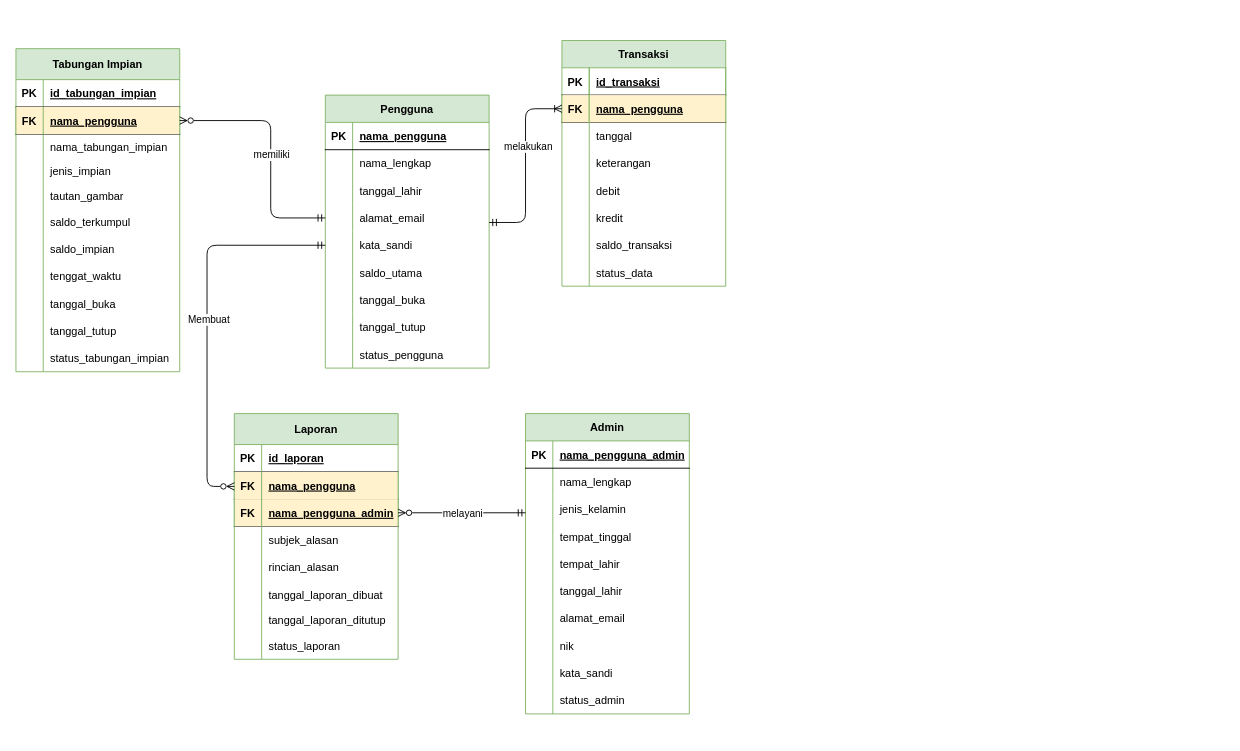
ammarsufyan/Darimu keeps this draw.io diagram as Database/ERD_Darimu.drawio. Above is the earlier version. Source tidied: cells renumbered, new cells numbered last; positions are measured from the earlier drawing's top-left corner, leaving out a move shared by most shapes. Both pictures are drawn from the tidied source at 91%, with x=0, y=0 at pixel (15, 40).
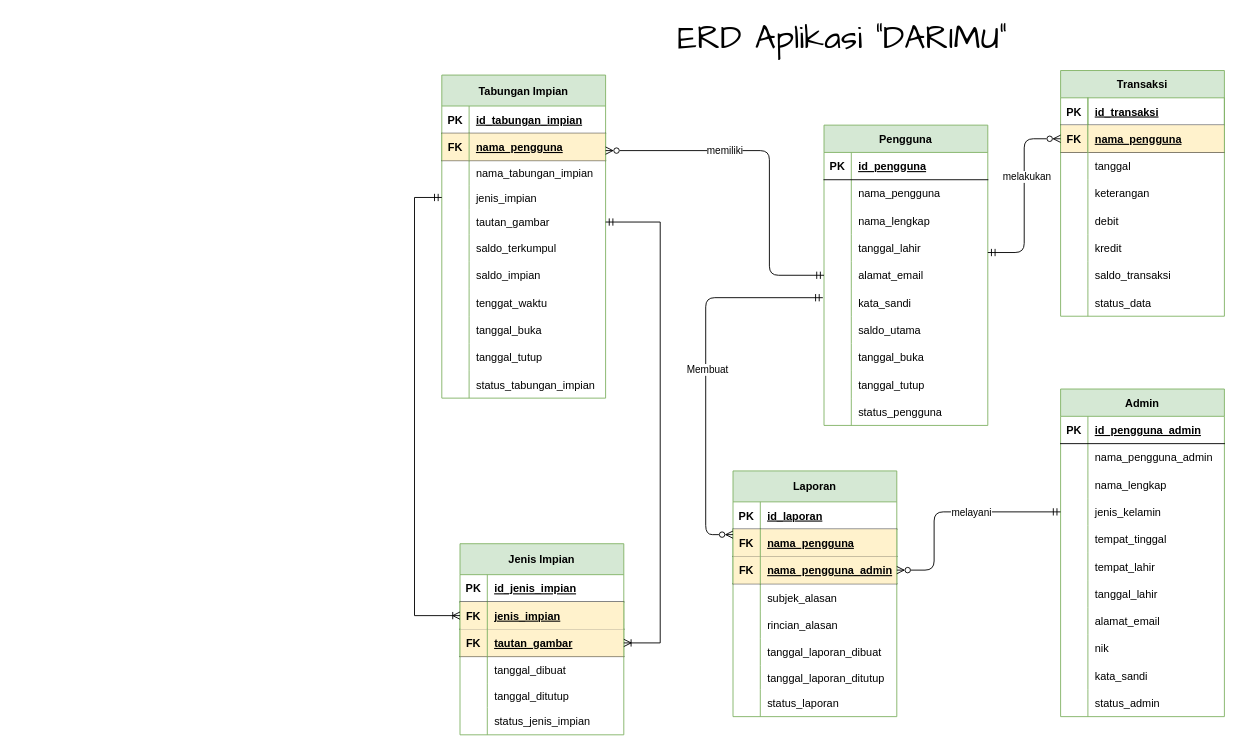
The same page after the edit.

Commit message (it also covers changes not shown here):
update class,sql,erd

The change refers to these unchanged cells:
```xml
<mxCell id="3" style="shape=partialRectangle;fillColor=none;top=0;left=0;bottom=1;right=0;" parent="2" vertex="1">
  <mxGeometry y="30" width="180" height="30" as="geometry" />
</mxCell>
<mxCell id="34" style="shape=partialRectangle;fillColor=none;top=0;left=0;bottom=1;right=0;points=[[0,0.5],[1,0.5]];portConstraint=eastwest;" parent="30" vertex="1">
  <mxGeometry y="60" width="180" height="30" as="geometry" />
</mxCell>
<mxCell id="59" style="shape=partialRectangle;fillColor=none;top=0;left=0;bottom=1;right=0;points=[[0,0.5],[1,0.5]];portConstraint=eastwest;" parent="55" vertex="1">
  <mxGeometry y="64" width="180" height="30" as="geometry" />
</mxCell>
<mxCell id="65" style="shape=partialRectangle;fillColor=none;top=0;left=0;bottom=0;right=0;points=[[0,0.5],[1,0.5]];portConstraint=eastwest;" parent="55" vertex="1">
  <mxGeometry y="121" width="180" height="27" as="geometry" />
</mxCell>
<mxCell id="68" style="shape=partialRectangle;fillColor=none;top=0;left=0;bottom=0;right=0;points=[[0,0.5],[1,0.5]];portConstraint=eastwest;" parent="55" vertex="1">
  <mxGeometry y="148" width="180" height="27" as="geometry" />
</mxCell>
<mxCell id="93" style="shape=partialRectangle;fillColor=none;top=0;left=0;bottom=1;right=0;points=[[0,0.5],[1,0.5]];portConstraint=eastwest;" parent="89" vertex="1">
  <mxGeometry y="64" width="180" height="30" as="geometry" />
</mxCell>
<mxCell id="96" style="shape=partialRectangle;fillColor=none;top=0;left=0;bottom=1;right=0;points=[[0,0.5],[1,0.5]];portConstraint=eastwest;" parent="89" vertex="1">
  <mxGeometry y="94" width="180" height="30" as="geometry" />
</mxCell>
<mxCell id="115" style="shape=partialRectangle;fillColor=none;top=0;left=0;bottom=1;right=0;" parent="114" vertex="1">
  <mxGeometry y="30" width="180" height="30" as="geometry" />
</mxCell>
```

The edit, as a diff of the source:
```diff
@@
     <mxCell id="2" value="Pengguna" style="shape=table;startSize=30;childLayout=tableLayout;rowLines=0;fontStyle=1;align=center;fillColor=#d5e8d4;strokeColor=#82b366;" parent="1" vertex="1">
-      <mxGeometry x="340" y="60" width="180" height="300" as="geometry" />
+      <mxGeometry x="888" y="93" width="180" height="330" as="geometry" />
     </mxCell>
@@
-    <mxCell id="5" value="nama_pengguna" style="shape=partialRectangle;fillColor=none;top=0;left=0;bottom=0;right=0;align=left;spacingLeft=6;fontStyle=5;overflow=hidden;" parent="3" vertex="1">
+    <mxCell id="5" value="id_pengguna" style="shape=partialRectangle;fillColor=none;top=0;left=0;bottom=0;right=0;align=left;spacingLeft=6;fontStyle=5;overflow=hidden;" parent="3" vertex="1">
       <mxGeometry x="30" width="150" height="30" as="geometry" />
     </mxCell>
+    <mxCell id="153" style="shape=partialRectangle;fillColor=none;top=0;left=0;bottom=0;right=0;" parent="2" vertex="1">
+      <mxGeometry y="60" width="180" height="30" as="geometry" />
+    </mxCell>
+    <mxCell id="154" style="shape=partialRectangle;fillColor=none;top=0;left=0;bottom=0;right=0;overflow=hidden;" parent="153" vertex="1">
+      <mxGeometry width="30" height="30" as="geometry" />
+    </mxCell>
+    <mxCell id="155" value="nama_pengguna" style="shape=partialRectangle;fillColor=none;top=0;left=0;bottom=0;right=0;align=left;spacingLeft=6;overflow=hidden;" parent="153" vertex="1">
+      <mxGeometry x="30" width="150" height="30" as="geometry" />
+    </mxCell>
     <mxCell id="6" style="shape=partialRectangle;fillColor=none;top=0;left=0;bottom=0;right=0;" parent="2" vertex="1">
-      <mxGeometry y="60" width="180" height="30" as="geometry" />
+      <mxGeometry y="90" width="180" height="30" as="geometry" />
     </mxCell>
@@
     <mxCell id="9" style="shape=partialRectangle;fillColor=none;top=0;left=0;bottom=0;right=0;" parent="2" vertex="1">
-      <mxGeometry y="90" width="180" height="30" as="geometry" />
+      <mxGeometry y="120" width="180" height="30" as="geometry" />
     </mxCell>
@@
     <mxCell id="12" style="shape=partialRectangle;fillColor=none;top=0;left=0;bottom=0;right=0;points=[[0,0.5],[1,0.5]];portConstraint=eastwest;" parent="2" vertex="1">
-      <mxGeometry y="120" width="180" height="30" as="geometry" />
+      <mxGeometry y="150" width="180" height="30" as="geometry" />
     </mxCell>
@@
     <mxCell id="15" style="shape=partialRectangle;fillColor=none;top=0;left=0;bottom=0;right=0;points=[[0,0.5],[1,0.5]];portConstraint=eastwest;" parent="2" vertex="1">
-      <mxGeometry y="150" width="180" height="30" as="geometry" />
+      <mxGeometry y="180" width="180" height="30" as="geometry" />
     </mxCell>
@@
     <mxCell id="18" style="shape=partialRectangle;fillColor=none;top=0;left=0;bottom=0;right=0;" parent="2" vertex="1">
-      <mxGeometry y="180" width="180" height="30" as="geometry" />
+      <mxGeometry y="210" width="180" height="30" as="geometry" />
     </mxCell>
@@
     <mxCell id="21" style="shape=partialRectangle;fillColor=none;top=0;left=0;bottom=0;right=0;" parent="2" vertex="1">
-      <mxGeometry y="210" width="180" height="30" as="geometry" />
+      <mxGeometry y="240" width="180" height="30" as="geometry" />
     </mxCell>
@@
     <mxCell id="24" style="shape=partialRectangle;fillColor=none;top=0;left=0;bottom=0;right=0;" parent="2" vertex="1">
-      <mxGeometry y="240" width="180" height="30" as="geometry" />
+      <mxGeometry y="270" width="180" height="30" as="geometry" />
     </mxCell>
@@
     <mxCell id="27" style="shape=partialRectangle;fillColor=none;top=0;left=0;bottom=0;right=0;" parent="2" vertex="1">
-      <mxGeometry y="270" width="180" height="30" as="geometry" />
+      <mxGeometry y="300" width="180" height="30" as="geometry" />
     </mxCell>
@@
     <mxCell id="30" value="Transaksi" style="shape=table;startSize=30;childLayout=tableLayout;rowLines=0;fontStyle=1;align=center;fillColor=#d5e8d4;strokeColor=#82b366;" parent="1" vertex="1">
-      <mxGeometry x="600" width="180" height="270" as="geometry" />
+      <mxGeometry x="1148" y="33" width="180" height="270" as="geometry" />
     </mxCell>
@@
     <mxCell id="55" value="Tabungan Impian" style="shape=table;startSize=34;childLayout=tableLayout;rowLines=0;fontStyle=1;align=center;fillColor=#d5e8d4;strokeColor=#82b366;" parent="1" vertex="1">
-      <mxGeometry y="9" width="180" height="355" as="geometry" />
+      <mxGeometry x="468" y="38" width="180" height="355" as="geometry" />
     </mxCell>
@@
     <mxCell id="89" value="Laporan" style="shape=table;startSize=34;childLayout=tableLayout;rowLines=0;fontStyle=1;align=center;fillColor=#d5e8d4;strokeColor=#82b366;" parent="1" vertex="1">
-      <mxGeometry x="240" y="410" width="180" height="270" as="geometry" />
+      <mxGeometry x="788" y="473" width="180" height="270" as="geometry" />
     </mxCell>
@@
     <mxCell id="114" value="Admin" style="shape=table;startSize=30;childLayout=tableLayout;rowLines=0;fontStyle=1;align=center;fillColor=#d5e8d4;strokeColor=#82b366;" parent="1" vertex="1">
-      <mxGeometry x="560" y="410" width="180" height="330" as="geometry" />
+      <mxGeometry x="1148" y="383" width="180" height="360" as="geometry" />
     </mxCell>
@@
-    <mxCell id="117" value="nama_pengguna_admin" style="shape=partialRectangle;fillColor=none;top=0;left=0;bottom=0;right=0;align=left;spacingLeft=6;fontStyle=5;overflow=hidden;" parent="115" vertex="1">
+    <mxCell id="117" value="id_pengguna_admin" style="shape=partialRectangle;fillColor=none;top=0;left=0;bottom=0;right=0;align=left;spacingLeft=6;fontStyle=5;overflow=hidden;" parent="115" vertex="1">
       <mxGeometry x="30" width="150" height="30" as="geometry" />
     </mxCell>
+    <mxCell id="156" style="shape=partialRectangle;fillColor=none;top=0;left=0;bottom=0;right=0;" parent="114" vertex="1">
+      <mxGeometry y="60" width="180" height="30" as="geometry" />
+    </mxCell>
+    <mxCell id="157" style="shape=partialRectangle;fillColor=none;top=0;left=0;bottom=0;right=0;overflow=hidden;" parent="156" vertex="1">
+      <mxGeometry width="30" height="30" as="geometry" />
+    </mxCell>
+    <mxCell id="158" value="nama_pengguna_admin" style="shape=partialRectangle;fillColor=none;top=0;left=0;bottom=0;right=0;align=left;spacingLeft=6;overflow=hidden;" parent="156" vertex="1">
+      <mxGeometry x="30" width="150" height="30" as="geometry" />
+    </mxCell>
     <mxCell id="118" style="shape=partialRectangle;fillColor=none;top=0;left=0;bottom=0;right=0;" parent="114" vertex="1">
-      <mxGeometry y="60" width="180" height="30" as="geometry" />
+      <mxGeometry y="90" width="180" height="30" as="geometry" />
     </mxCell>
@@
     <mxCell id="121" style="shape=partialRectangle;fillColor=none;top=0;left=0;bottom=0;right=0;points=[[0,0.5],[1,0.5]];portConstraint=eastwest;" parent="114" vertex="1">
-      <mxGeometry y="90" width="180" height="30" as="geometry" />
+      <mxGeometry y="120" width="180" height="30" as="geometry" />
     </mxCell>
@@
     <mxCell id="124" style="shape=partialRectangle;fillColor=none;top=0;left=0;bottom=0;right=0;" parent="114" vertex="1">
-      <mxGeometry y="120" width="180" height="30" as="geometry" />
+      <mxGeometry y="150" width="180" height="30" as="geometry" />
     </mxCell>
@@
     <mxCell id="127" style="shape=partialRectangle;fillColor=none;top=0;left=0;bottom=0;right=0;" parent="114" vertex="1">
-      <mxGeometry y="150" width="180" height="30" as="geometry" />
+      <mxGeometry y="180" width="180" height="30" as="geometry" />
     </mxCell>
@@
     <mxCell id="130" style="shape=partialRectangle;fillColor=none;top=0;left=0;bottom=0;right=0;" parent="114" vertex="1">
-      <mxGeometry y="180" width="180" height="30" as="geometry" />
+      <mxGeometry y="210" width="180" height="30" as="geometry" />
     </mxCell>
@@
     <mxCell id="133" style="shape=partialRectangle;fillColor=none;top=0;left=0;bottom=0;right=0;" parent="114" vertex="1">
-      <mxGeometry y="210" width="180" height="30" as="geometry" />
+      <mxGeometry y="240" width="180" height="30" as="geometry" />
     </mxCell>
@@
     <mxCell id="136" style="shape=partialRectangle;fillColor=none;top=0;left=0;bottom=0;right=0;" parent="114" vertex="1">
-      <mxGeometry y="240" width="180" height="30" as="geometry" />
+      <mxGeometry y="270" width="180" height="30" as="geometry" />
     </mxCell>
@@
     <mxCell id="139" style="shape=partialRectangle;fillColor=none;top=0;left=0;bottom=0;right=0;" parent="114" vertex="1">
-      <mxGeometry y="270" width="180" height="30" as="geometry" />
+      <mxGeometry y="300" width="180" height="30" as="geometry" />
     </mxCell>
@@
     <mxCell id="142" style="shape=partialRectangle;fillColor=none;top=0;left=0;bottom=0;right=0;" parent="114" vertex="1">
-      <mxGeometry y="300" width="180" height="30" as="geometry" />
+      <mxGeometry y="330" width="180" height="30" as="geometry" />
     </mxCell>
@@
-    <mxCell id="145" style="edgeStyle=orthogonalEdgeStyle;jettySize=auto;html=1;endArrow=ERoneToMany;endFill=0;rounded=1;startArrow=ERmandOne;startFill=0;" parent="1" edge="1" target="34">
+    <mxCell id="145" style="edgeStyle=orthogonalEdgeStyle;jettySize=auto;html=1;endArrow=ERzeroToMany;endFill=0;rounded=1;startArrow=ERmandOne;startFill=0;" parent="1" edge="1" target="34">
       <mxGeometry relative="1" as="geometry">
-        <mxPoint x="520" y="200" as="sourcePoint" />
+        <mxPoint x="1068" y="233" as="sourcePoint" />
         <Array as="points">
-          <mxPoint x="560" y="200" />
-          <mxPoint x="560" y="75" />
+          <mxPoint x="1108" y="233" />
+          <mxPoint x="1108" y="108" />
         </Array>
       </mxGeometry>
     </mxCell>
@@
-    <mxCell id="147" style="edgeStyle=orthogonalEdgeStyle;rounded=1;jettySize=auto;html=1;entryX=1;entryY=0.5;entryDx=0;entryDy=0;endArrow=ERzeroToMany;endFill=0;startArrow=ERmandOne;startFill=0;" parent="1" edge="1" target="96">
+    <mxCell id="147" style="edgeStyle=orthogonalEdgeStyle;rounded=1;jettySize=auto;html=1;entryX=1;entryY=0.5;entryDx=0;entryDy=0;endArrow=ERzeroToMany;endFill=0;startArrow=ERmandOne;startFill=0;exitX=0;exitY=0.5;exitDx=0;exitDy=0;" parent="1" edge="1" source="121" target="96">
       <mxGeometry relative="1" as="geometry">
-        <mxPoint x="560" y="519" as="sourcePoint" />
         <Array as="points">
-          <mxPoint x="560" y="519" />
+          <mxPoint x="1009" y="518" />
+          <mxPoint x="1009" y="582" />
         </Array>
       </mxGeometry>
     </mxCell>
@@
     <mxCell id="149" style="edgeStyle=orthogonalEdgeStyle;rounded=1;jettySize=auto;html=1;endArrow=ERzeroToMany;endFill=0;startArrow=ERmandOne;startFill=0;exitX=0;exitY=0.5;exitDx=0;exitDy=0;" parent="1" edge="1" source="12" target="59">
       <mxGeometry relative="1" as="geometry">
         <Array as="points">
-          <mxPoint x="280" y="195" />
-          <mxPoint x="280" y="88" />
+          <mxPoint x="828" y="258" />
+          <mxPoint x="828" y="121" />
         </Array>
       </mxGeometry>
     </mxCell>
     <mxCell id="150" value="memiliki" style="edgeLabel;html=1;align=center;verticalAlign=middle;" parent="149" vertex="1">
       <mxGeometry x="-0.11" y="-1" relative="1" as="geometry">
-        <mxPoint x="-1" y="-11" as="offset" />
+        <mxPoint x="-51" y="-30" as="offset" />
       </mxGeometry>
     </mxCell>
-    <mxCell id="151" style="edgeStyle=orthogonalEdgeStyle;rounded=1;jettySize=auto;html=1;exitX=0;exitY=0.5;exitDx=0;exitDy=0;startArrow=ERmandOne;startFill=0;endArrow=ERzeroToMany;endFill=0;" parent="1" edge="1" source="15" target="93">
+    <mxCell id="151" style="edgeStyle=orthogonalEdgeStyle;rounded=1;jettySize=auto;html=1;startArrow=ERmandOne;startFill=0;endArrow=ERzeroToMany;endFill=0;exitX=-0.007;exitY=0.321;exitDx=0;exitDy=0;exitPerimeter=0;" parent="1" edge="1" source="15" target="93">
       <mxGeometry relative="1" as="geometry">
         <Array as="points">
-          <mxPoint x="210" y="225" />
-          <mxPoint x="210" y="490" />
+          <mxPoint x="758" y="283" />
+          <mxPoint x="758" y="543" />
         </Array>
       </mxGeometry>
     </mxCell>
@@
+    <mxCell id="159" value="Jenis Impian" style="shape=table;startSize=34;childLayout=tableLayout;rowLines=0;fontStyle=1;align=center;fillColor=#d5e8d4;strokeColor=#82b366;" parent="1" vertex="1">
+      <mxGeometry x="488" y="553" width="180" height="210" as="geometry" />
+    </mxCell>
+    <mxCell id="160" style="shape=partialRectangle;fillColor=none;top=0;left=0;bottom=1;right=0;" parent="159" vertex="1">
+      <mxGeometry y="34" width="180" height="30" as="geometry" />
+    </mxCell>
+    <mxCell id="161" value="PK" style="shape=partialRectangle;fillColor=none;top=0;left=0;bottom=0;right=0;fontStyle=1;overflow=hidden;" parent="160" vertex="1">
+      <mxGeometry width="30" height="30" as="geometry" />
+    </mxCell>
+    <mxCell id="162" value="id_jenis_impian" style="shape=partialRectangle;fillColor=none;top=0;left=0;bottom=0;right=0;align=left;spacingLeft=6;fontStyle=5;overflow=hidden;" parent="160" vertex="1">
+      <mxGeometry x="30" width="150" height="30" as="geometry" />
+    </mxCell>
+    <mxCell id="163" style="shape=partialRectangle;fillColor=none;top=0;left=0;bottom=1;right=0;points=[[0,0.5],[1,0.5]];portConstraint=eastwest;" parent="159" vertex="1">
+      <mxGeometry y="64" width="180" height="30" as="geometry" />
+    </mxCell>
+    <mxCell id="164" value="FK" style="shape=partialRectangle;fillColor=#fff2cc;top=0;left=1;bottom=0;right=0;fontStyle=1;overflow=hidden;strokeColor=#82B366;" parent="163" vertex="1">
+      <mxGeometry width="30" height="30" as="geometry" />
+    </mxCell>
+    <mxCell id="165" value="jenis_impian" style="shape=partialRectangle;fillColor=#fff2cc;top=0;left=1;bottom=0;right=1;align=left;spacingLeft=6;fontStyle=5;overflow=hidden;strokeColor=#82B366;" parent="163" vertex="1">
+      <mxGeometry x="30" width="150" height="30" as="geometry" />
+    </mxCell>
+    <mxCell id="166" style="shape=partialRectangle;fillColor=none;top=0;left=0;bottom=1;right=0;points=[[0,0.5],[1,0.5]];portConstraint=eastwest;" parent="159" vertex="1">
+      <mxGeometry y="94" width="180" height="30" as="geometry" />
+    </mxCell>
+    <mxCell id="167" value="FK" style="shape=partialRectangle;fillColor=#fff2cc;top=0;left=1;bottom=0;right=0;fontStyle=1;overflow=hidden;strokeColor=#82B366;" parent="166" vertex="1">
+      <mxGeometry width="30" height="30" as="geometry" />
+    </mxCell>
+    <mxCell id="168" value="tautan_gambar" style="shape=partialRectangle;fillColor=#fff2cc;top=0;left=1;bottom=0;right=1;align=left;spacingLeft=6;fontStyle=5;overflow=hidden;strokeColor=#82B366;" parent="166" vertex="1">
+      <mxGeometry x="30" width="150" height="30" as="geometry" />
+    </mxCell>
+    <mxCell id="169" style="shape=partialRectangle;fillColor=none;top=0;left=0;bottom=0;right=0;" parent="159" vertex="1">
+      <mxGeometry y="124" width="180" height="30" as="geometry" />
+    </mxCell>
+    <mxCell id="170" style="shape=partialRectangle;fillColor=none;top=0;left=0;bottom=0;right=0;overflow=hidden;" parent="169" vertex="1">
+      <mxGeometry width="30" height="30" as="geometry" />
+    </mxCell>
+    <mxCell id="171" value="tanggal_dibuat" style="shape=partialRectangle;fillColor=none;top=0;left=0;bottom=0;right=0;align=left;spacingLeft=6;overflow=hidden;" parent="169" vertex="1">
+      <mxGeometry x="30" width="150" height="30" as="geometry" />
+    </mxCell>
+    <mxCell id="172" style="shape=partialRectangle;fillColor=none;top=0;left=0;bottom=0;right=0;" parent="159" vertex="1">
+      <mxGeometry y="154" width="180" height="26" as="geometry" />
+    </mxCell>
+    <mxCell id="173" style="shape=partialRectangle;fillColor=none;top=0;left=0;bottom=0;right=0;overflow=hidden;" parent="172" vertex="1">
+      <mxGeometry width="30" height="26" as="geometry" />
+    </mxCell>
+    <mxCell id="174" value="tanggal_ditutup" style="shape=partialRectangle;fillColor=none;top=0;left=0;bottom=0;right=0;align=left;spacingLeft=6;overflow=hidden;" parent="172" vertex="1">
+      <mxGeometry x="30" width="150" height="26" as="geometry" />
+    </mxCell>
+    <mxCell id="175" style="shape=partialRectangle;fillColor=none;top=0;left=0;bottom=0;right=0;" parent="159" vertex="1">
+      <mxGeometry y="180" width="180" height="30" as="geometry" />
+    </mxCell>
+    <mxCell id="176" style="shape=partialRectangle;fillColor=none;top=0;left=0;bottom=0;right=0;overflow=hidden;" parent="175" vertex="1">
+      <mxGeometry width="30" height="30" as="geometry" />
+    </mxCell>
+    <mxCell id="177" value="status_jenis_impian" style="shape=partialRectangle;fillColor=none;top=0;left=0;bottom=0;right=0;align=left;spacingLeft=6;overflow=hidden;" parent="175" vertex="1">
+      <mxGeometry x="30" width="150" height="30" as="geometry" />
+    </mxCell>
+    <mxCell id="178" style="edgeStyle=orthogonalEdgeStyle;rounded=0;jettySize=auto;html=1;endArrow=ERoneToMany;endFill=0;startArrow=ERmandOne;startFill=0;" parent="1" edge="1" source="65" target="163">
+      <mxGeometry relative="1" as="geometry">
+        <Array as="points">
+          <mxPoint x="438" y="172" />
+          <mxPoint x="438" y="632" />
+        </Array>
+      </mxGeometry>
+    </mxCell>
+    <mxCell id="179" style="edgeStyle=orthogonalEdgeStyle;rounded=0;jettySize=auto;html=1;entryX=1;entryY=0.5;entryDx=0;entryDy=0;endArrow=ERoneToMany;endFill=0;startArrow=ERmandOne;startFill=0;" parent="1" edge="1" source="68" target="166">
+      <mxGeometry relative="1" as="geometry">
+        <Array as="points">
+          <mxPoint x="708" y="200" />
+          <mxPoint x="708" y="662" />
+        </Array>
+      </mxGeometry>
+    </mxCell>
+    <mxCell id="180" value="&lt;font color=&quot;#000000&quot; style=&quot;font-size: 36px&quot; face=&quot;Comic Sans MS&quot;&gt;ERD Aplikasi &quot;DARIMU&quot;&lt;/font&gt;" style="text;html=1;align=center;verticalAlign=middle;strokeColor=none;fillColor=none;fontColor=#5AA9E6;" parent="1" vertex="1">
+      <mxGeometry x="698" y="-17" width="420" height="30" as="geometry" />
+    </mxCell>
```
